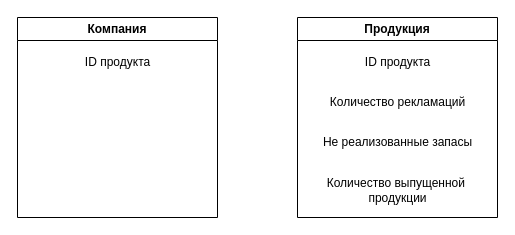
Sergei686/Portfolio keeps this draw.io diagram as логический уровень.drawio. Above is the earlier version. Source tidied: cells renumbered, new cells numbered last; positions are measured from the earlier drawing's top-left corner, leaving out a move shared by most shapes. Both pictures are drawn from the tidied source at 100%, with x=0, y=0 at pixel (17, 17).
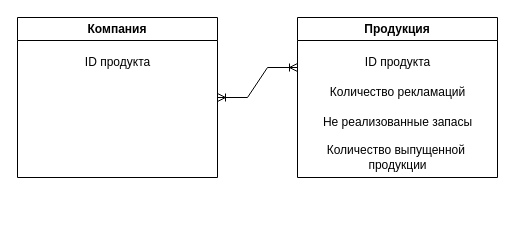
Above is the later version.

What changed in the source:
```diff
@@
-<mxGraphModel>
+<mxGraphModel background="#FFFFFF">
   <root>
     <mxCell id="0" />
     <mxCell id="1" parent="0" />
     <mxCell id="2" value="Компания" style="swimlane;whiteSpace=wrap;html=1;" parent="1" vertex="1">
-      <mxGeometry width="200" height="200" as="geometry" />
+      <mxGeometry width="200" height="160" as="geometry" />
     </mxCell>
     <mxCell id="3" value="ID продукта" style="text;html=1;align=center;verticalAlign=middle;strokeColor=none;fillColor=none;" parent="2" vertex="1">
       <mxGeometry x="55" y="30" width="90" height="30" as="geometry" />
     </mxCell>
     <mxCell id="4" value="Продукция" style="swimlane;whiteSpace=wrap;html=1;" parent="1" vertex="1">
-      <mxGeometry x="280" width="200" height="200" as="geometry" />
+      <mxGeometry x="280" width="200" height="160" as="geometry" />
     </mxCell>
     <mxCell id="5" value="Не реализованные запасы" style="text;html=1;align=center;verticalAlign=middle;strokeColor=none;fillColor=none;" parent="4" vertex="1">
-      <mxGeometry x="15" y="110" width="170" height="30" as="geometry" />
+      <mxGeometry x="15" y="90" width="170" height="30" as="geometry" />
     </mxCell>
     <mxCell id="6" value="Количество рекламаций" style="text;html=1;align=center;verticalAlign=middle;strokeColor=none;fillColor=none;" parent="4" vertex="1">
-      <mxGeometry x="20" y="70" width="160" height="30" as="geometry" />
+      <mxGeometry x="20" y="60" width="160" height="30" as="geometry" />
     </mxCell>
     <mxCell id="7" value="ID продукта" style="text;html=1;align=center;verticalAlign=middle;strokeColor=none;fillColor=none;" parent="4" vertex="1">
       <mxGeometry x="55" y="30" width="90" height="30" as="geometry" />
     </mxCell>
-    <mxCell id="8" value="Количество выпущенной&amp;nbsp;&lt;div&gt;продукции&lt;/div&gt;" style="text;html=1;align=center;verticalAlign=middle;strokeColor=none;fillColor=none;" parent="1" vertex="1">
-      <mxGeometry x="295" y="153" width="170" height="40" as="geometry" />
+    <mxCell id="8" value="Количество выпущенной&amp;nbsp;&lt;div&gt;продукции&lt;/div&gt;" style="text;html=1;align=center;verticalAlign=middle;strokeColor=none;fillColor=none;" parent="4" vertex="1">
+      <mxGeometry x="15" y="120" width="170" height="40" as="geometry" />
     </mxCell>
+    <mxCell id="9" style="edgeStyle=entityRelationEdgeStyle;fontSize=12;html=1;endArrow=ERoneToMany;startArrow=ERoneToMany;rounded=0;" parent="1" edge="1" source="2">
+      <mxGeometry relative="1" as="geometry">
+        <mxPoint x="280" y="50" as="targetPoint" />
+      </mxGeometry>
+    </mxCell>
   </root>
 </mxGraphModel>
```
